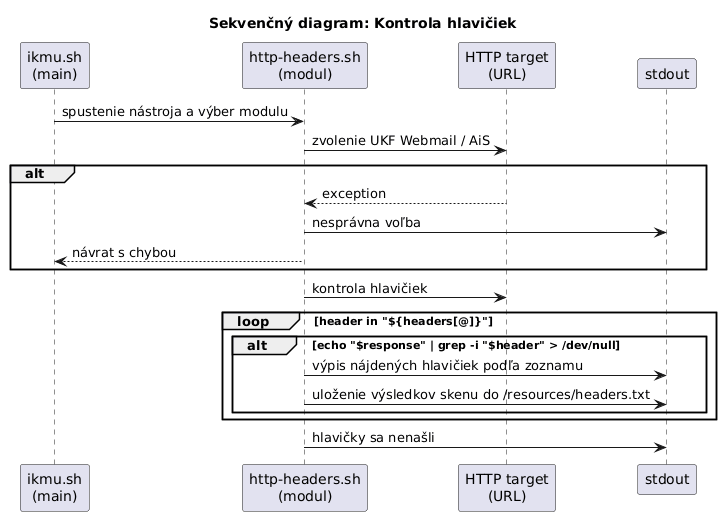
Before: diagrams/sequence_diagram_http_headers.png, a diagram exported from PlantUML (majohlavacka/Diplomova-praca).
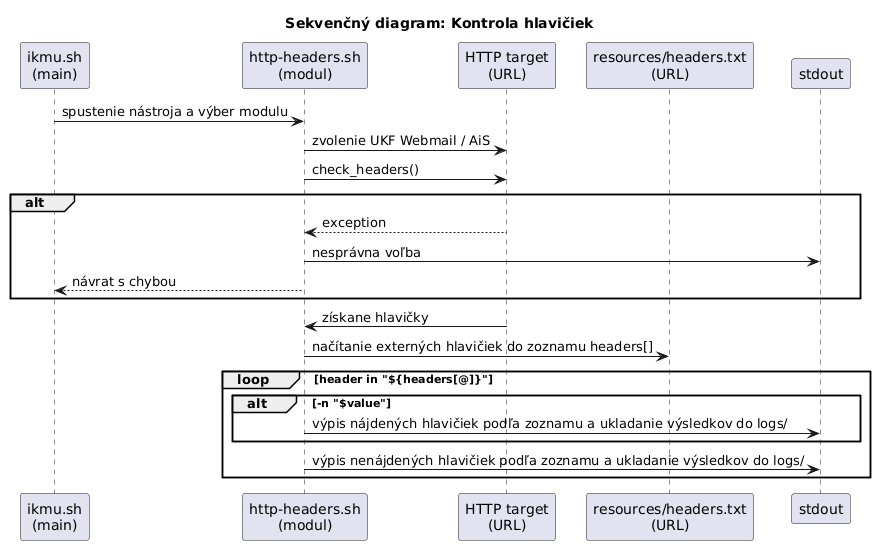
The same diagram one commit later.

The edit, as a diff of the source:
```diff
@@ -4,11 +4,14 @@
 participant "ikmu.sh\n(main)" as IKMU
 participant "http-headers.sh\n(modul)" as Modul
 participant "HTTP target\n(URL)" as Target
+participant "resources/headers.txt\n(URL)" as Headers
 participant "stdout" as Console
 
 
 IKMU -> Modul : spustenie nástroja a výber modulu
 Modul -> Target : zvolenie UKF Webmail / AiS
+
+Modul -> Target : check_headers()
 
 alt
   Target --> Modul : exception
@@ -16,15 +19,13 @@
   Modul --> IKMU : návrat s chybou
 end
 
-Modul -> Target : kontrola hlavičiek
-
+Target -> Modul : získane hlavičky
+Modul -> Headers : načítanie externých hlavičiek do zoznamu headers[]
 
 loop header in "${headers[@]}"
-  alt echo "$response" | grep -i "$header" > /dev/null
-    Modul -> Console : výpis nájdených hlavičiek podľa zoznamu
-    Modul -> Console : uloženie výsledkov skenu do /resources/headers.txt
+  alt -n "$value"
+    Modul -> Console : výpis nájdených hlavičiek podľa zoznamu a ukladanie výsledkov do logs/
   end
+  Modul -> Console : výpis nenájdených hlavičiek podľa zoznamu a ukladanie výsledkov do logs/
 end
-
-Modul -> Console : hlavičky sa nenašli
 @enduml
```
